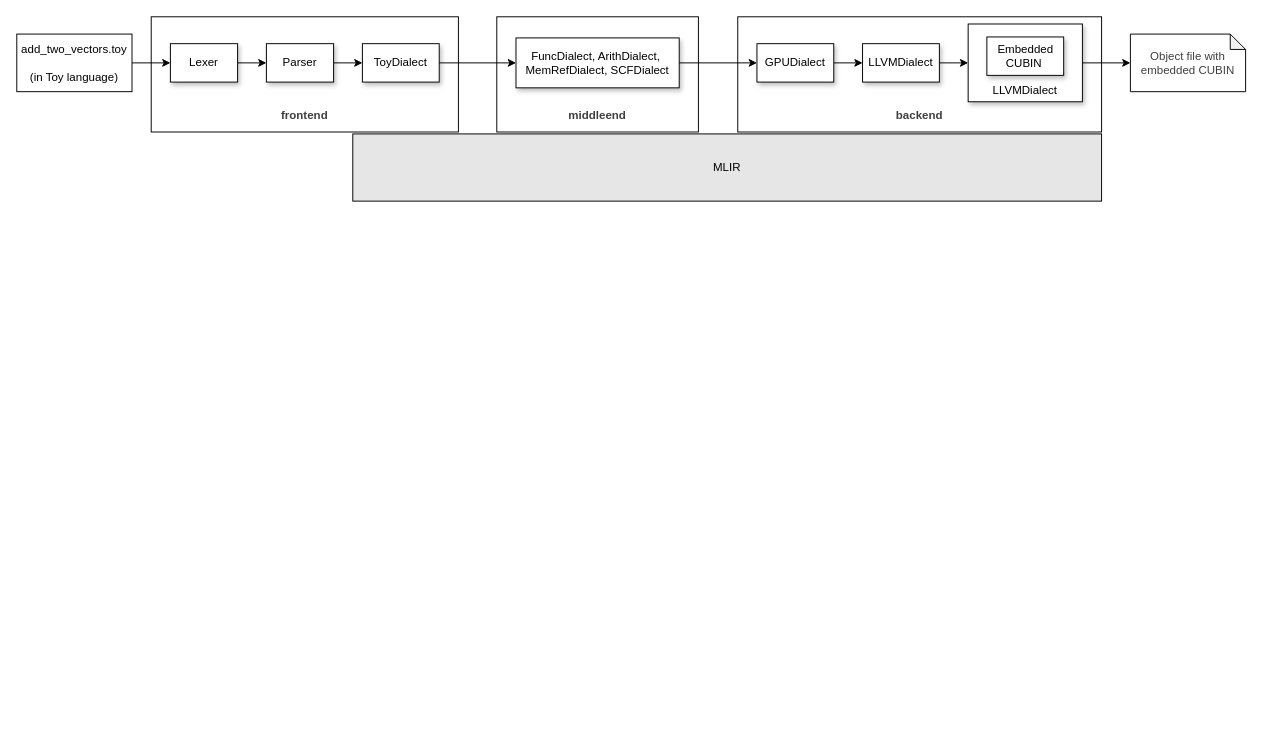
This is docs/compiler.drawio from ngocson2vn/toy_compiler, a draw.io file, before an edit. Source tidied: cells renumbered, new cells numbered last; positions are measured from the earlier drawing's top-left corner, leaving out a move shared by most shapes. Both pictures are drawn from the tidied source at 96%, with x=0, y=0 at pixel (16, 16). Pictures stored in the file or linked from it are replaced by grey dashed boxes.
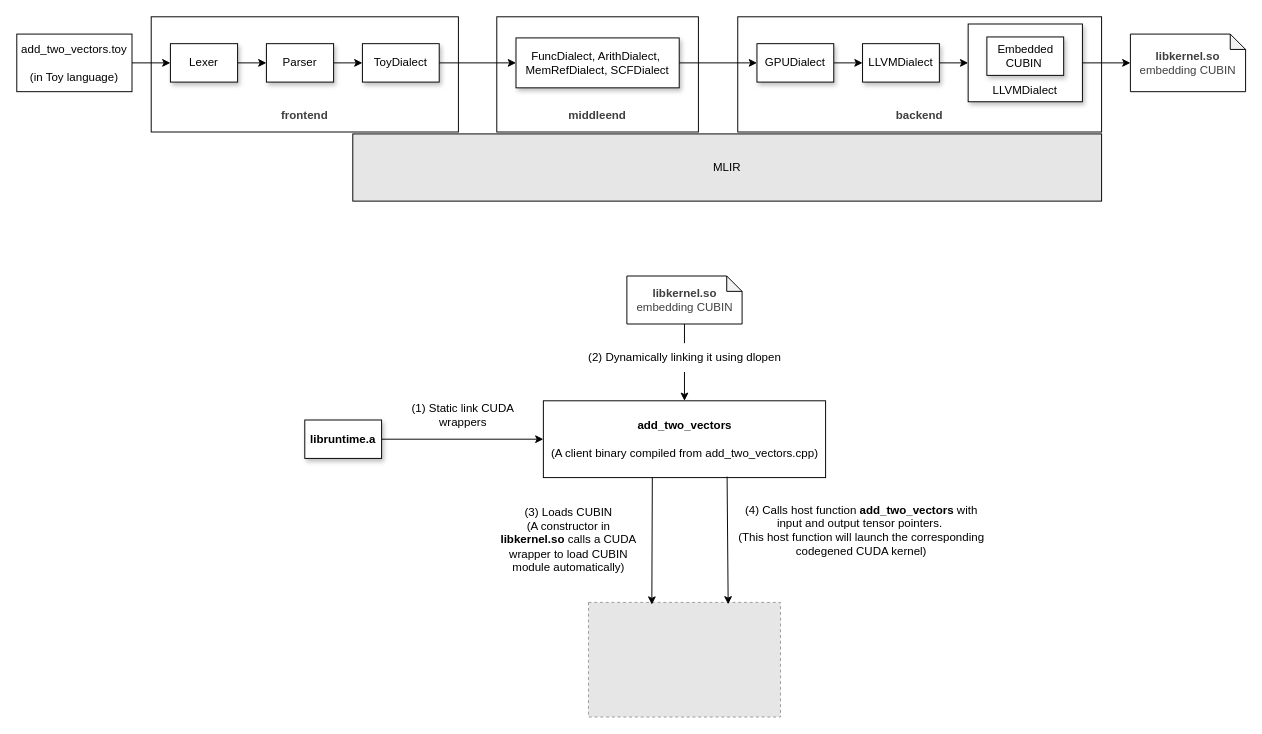
The same page after the edit.

What changed in the source:
```diff
@@
-    <mxCell id="19" value="&lt;div style=&quot;color: rgb(63, 63, 63); scrollbar-color: rgb(226, 226, 226) rgb(251, 251, 251);&quot;&gt;Object file with embedded CUBIN&lt;/div&gt;" style="shape=note;whiteSpace=wrap;html=1;backgroundOutline=1;darkOpacity=0.05;size=16;" parent="1" vertex="1">
+    <mxCell id="19" value="&lt;div style=&quot;color: rgb(63, 63, 63); scrollbar-color: rgb(226, 226, 226) rgb(251, 251, 251);&quot;&gt;&lt;b&gt;libkernel.so &lt;/b&gt;embedding CUBIN&lt;/div&gt;" style="shape=note;whiteSpace=wrap;html=1;backgroundOutline=1;darkOpacity=0.05;size=16;" parent="1" vertex="1">
       <mxGeometry x="1160" y="18" width="120" height="60" as="geometry" />
     </mxCell>
@@
+    <mxCell id="24" value="&lt;b&gt;add_two_vectors&lt;/b&gt;&lt;div&gt;&lt;font color=&quot;#000000&quot;&gt;&lt;br&gt;&lt;/font&gt;&lt;div&gt;(A client binary compiled from&amp;nbsp;&lt;span style=&quot;color: rgb(0, 0, 0); background-color: transparent;&quot;&gt;add_two_vectors.cpp)&lt;/span&gt;&lt;/div&gt;&lt;/div&gt;" style="whiteSpace=wrap;html=1;" parent="1" vertex="1">
+      <mxGeometry x="548.5" y="400" width="294" height="80" as="geometry" />
+    </mxCell>
+    <mxCell id="25" style="edgeStyle=none;html=1;entryX=0.5;entryY=0;entryDx=0;entryDy=0;" parent="1" edge="1" source="26" target="24">
+      <mxGeometry relative="1" as="geometry" />
+    </mxCell>
+    <mxCell id="26" value="&lt;div style=&quot;color: rgb(63, 63, 63); scrollbar-color: rgb(226, 226, 226) rgb(251, 251, 251);&quot;&gt;&lt;b&gt;libkernel.so &lt;/b&gt;embedding CUBIN&lt;/div&gt;" style="shape=note;whiteSpace=wrap;html=1;backgroundOutline=1;darkOpacity=0.05;size=16;" parent="1" vertex="1">
+      <mxGeometry x="635.5" y="270" width="120" height="50" as="geometry" />
+    </mxCell>
+    <mxCell id="27" value="(2) Dynamically linking it using dlopen" style="text;strokeColor=none;align=center;fillColor=#FFFFFF;html=1;verticalAlign=middle;whiteSpace=wrap;rounded=0;" parent="1" vertex="1">
+      <mxGeometry x="585.5" y="340" width="220" height="30" as="geometry" />
+    </mxCell>
+    <mxCell id="28" style="fillColor=#E6E6E6;strokeColor=#999999;dashed=1;verticalLabelPosition=bottom;labelBackgroundColor=default;verticalAlign=top;" parent="1" vertex="1">
+      <mxGeometry x="595.5" y="610" width="200" height="119.4" as="geometry" />
+    </mxCell>
+    <mxCell id="29" style="edgeStyle=none;html=1;entryX=0;entryY=0.5;entryDx=0;entryDy=0;" parent="1" edge="1" source="30" target="24">
+      <mxGeometry relative="1" as="geometry" />
+    </mxCell>
+    <mxCell id="30" value="&lt;b&gt;libruntime.a&lt;/b&gt;" style="whiteSpace=wrap;html=1;shadow=1;" parent="1" vertex="1">
+      <mxGeometry x="300" y="420" width="80" height="40" as="geometry" />
+    </mxCell>
+    <mxCell id="31" value="(1) Static link CUDA wrappers" style="text;strokeColor=none;align=center;fillColor=#FFFFFF;html=1;verticalAlign=middle;whiteSpace=wrap;rounded=0;" parent="1" vertex="1">
+      <mxGeometry x="390" y="400" width="150" height="30" as="geometry" />
+    </mxCell>
+    <mxCell id="32" style="edgeStyle=none;html=1;entryX=0.33;entryY=0.019;entryDx=0;entryDy=0;entryPerimeter=0;" parent="1" edge="1" target="28">
+      <mxGeometry relative="1" as="geometry">
+        <mxPoint x="662" y="480" as="sourcePoint" />
+      </mxGeometry>
+    </mxCell>
+    <mxCell id="33" value="(3) Loads CUBIN&lt;div&gt;(A constructor in &lt;b&gt;libkernel.so &lt;/b&gt;calls&amp;nbsp;a CUDA wrapper to load CUBIN module automatically)&lt;/div&gt;" style="text;strokeColor=none;align=center;fillColor=#FFFFFF;html=1;verticalAlign=middle;whiteSpace=wrap;rounded=0;" parent="1" vertex="1">
+      <mxGeometry x="500" y="530" width="150" height="30" as="geometry" />
+    </mxCell>
+    <mxCell id="34" style="edgeStyle=none;html=1;exitX=0.651;exitY=0.988;exitDx=0;exitDy=0;exitPerimeter=0;" parent="1" edge="1" source="24">
+      <mxGeometry relative="1" as="geometry">
+        <mxPoint x="741" y="612" as="targetPoint" />
+      </mxGeometry>
+    </mxCell>
+    <mxCell id="35" value="(4) Calls host function&amp;nbsp;&lt;b&gt;add_two_vectors&lt;/b&gt;&amp;nbsp;with input and output tensor pointers.&amp;nbsp;&lt;div&gt;(This host function will launch the corresponding codegened CUDA kernel)&lt;/div&gt;" style="text;strokeColor=none;align=center;fillColor=#FFFFFF;html=1;verticalAlign=middle;whiteSpace=wrap;rounded=0;" parent="1" vertex="1">
+      <mxGeometry x="750" y="520" width="260" height="30" as="geometry" />
+    </mxCell>
```
